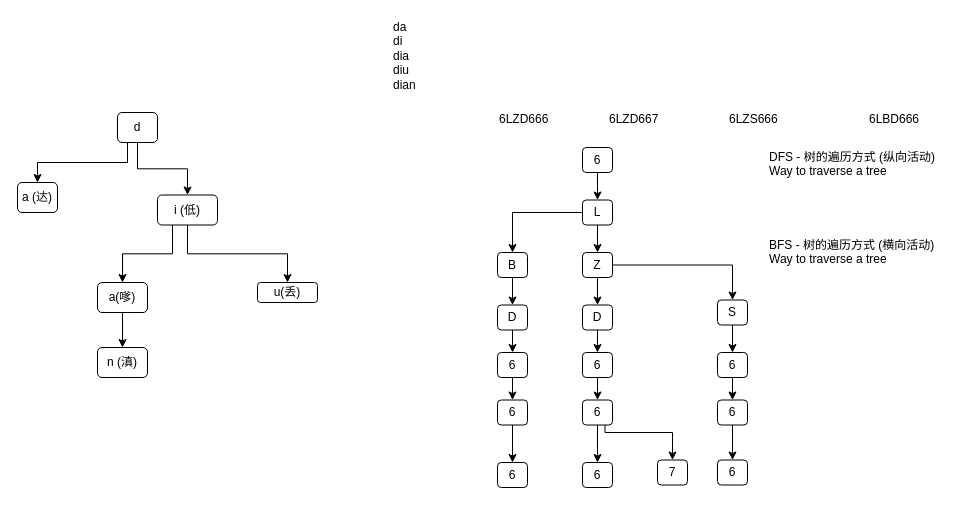
Earlier version of the draw.io diagram prefix_tree.drawio (zidianlyu/plate_license). Source tidied: cells renumbered, new cells numbered last; positions are measured from the earlier drawing's top-left corner, leaving out a move shared by most shapes. Both pictures are drawn from the tidied source at 100%, with x=0, y=0 at pixel (17, 17).
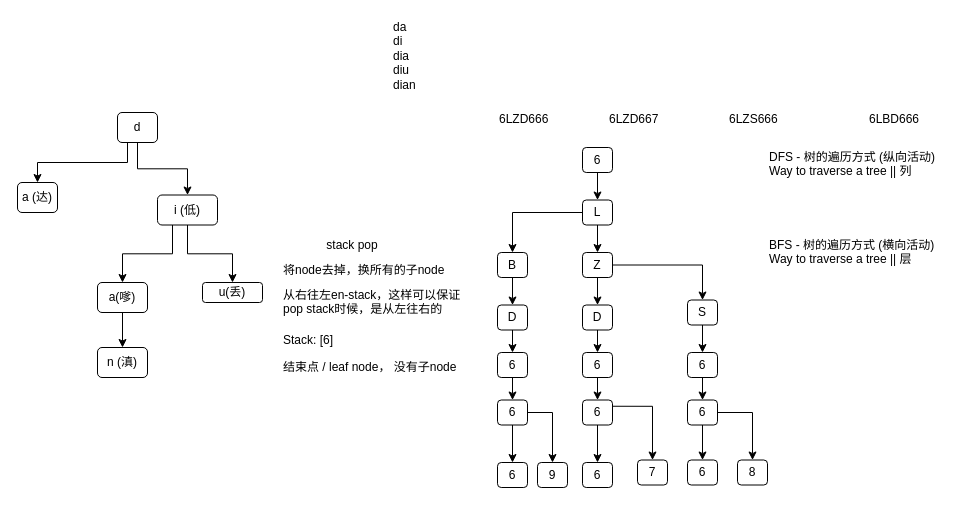
The same page after the edit.

Commit message (it also covers changes not shown here):
#11 search the license tree by DFS

Unchanged cells that the change refers to:
```xml
<mxCell id="28" value="6" style="rounded=1;whiteSpace=wrap;html=1;" parent="1" vertex="1">
  <mxGeometry x="565" y="382.5" width="30" height="25" as="geometry" />
</mxCell>
<mxCell id="49" value="6" style="rounded=1;whiteSpace=wrap;html=1;" parent="1" vertex="1">
  <mxGeometry x="480" y="382.5" width="30" height="25" as="geometry" />
</mxCell>
```

Change to the diagram source:
```diff
@@
     <mxCell id="11" value="u(丢)" style="rounded=1;whiteSpace=wrap;html=1;" parent="1" vertex="1">
-      <mxGeometry x="240" y="265" width="60" height="20" as="geometry" />
+      <mxGeometry x="185" y="265" width="60" height="20" as="geometry" />
     </mxCell>
@@
-    <mxCell id="27" style="edgeStyle=orthogonalEdgeStyle;rounded=0;jettySize=auto;html=1;exitX=0.75;exitY=1;exitDx=0;exitDy=0;entryX=0.5;entryY=0;entryDx=0;entryDy=0;" parent="1" edge="1" source="28" target="32">
-      <mxGeometry relative="1" as="geometry">
-        <Array as="points">
-          <mxPoint x="588" y="415" />
-          <mxPoint x="655" y="415" />
-        </Array>
-      </mxGeometry>
+    <mxCell id="27" style="edgeStyle=orthogonalEdgeStyle;rounded=0;jettySize=auto;html=1;exitX=1;exitY=0.25;exitDx=0;exitDy=0;entryX=0.5;entryY=0;entryDx=0;entryDy=0;" parent="1" edge="1" source="28" target="32">
+      <mxGeometry relative="1" as="geometry" />
     </mxCell>
@@
     <mxCell id="32" value="7" style="rounded=1;whiteSpace=wrap;html=1;" parent="1" vertex="1">
-      <mxGeometry x="640" y="442.5" width="30" height="25" as="geometry" />
+      <mxGeometry x="620" y="442.5" width="30" height="25" as="geometry" />
     </mxCell>
@@
     <mxCell id="35" value="S" style="rounded=1;whiteSpace=wrap;html=1;" parent="1" vertex="1">
-      <mxGeometry x="700" y="282.5" width="30" height="25" as="geometry" />
+      <mxGeometry x="670" y="282.5" width="30" height="25" as="geometry" />
     </mxCell>
@@
     <mxCell id="37" value="6" style="rounded=1;whiteSpace=wrap;html=1;" parent="1" vertex="1">
-      <mxGeometry x="700" y="335" width="30" height="25" as="geometry" />
+      <mxGeometry x="670" y="335" width="30" height="25" as="geometry" />
     </mxCell>
@@
+    <mxCell id="53" style="edgeStyle=orthogonalEdgeStyle;rounded=0;jettySize=auto;html=1;exitX=1;exitY=0.5;exitDx=0;exitDy=0;entryX=0.5;entryY=0;entryDx=0;entryDy=0;" parent="1" edge="1" source="39" target="55">
+      <mxGeometry relative="1" as="geometry" />
+    </mxCell>
     <mxCell id="39" value="6" style="rounded=1;whiteSpace=wrap;html=1;" parent="1" vertex="1">
-      <mxGeometry x="700" y="382.5" width="30" height="25" as="geometry" />
+      <mxGeometry x="670" y="382.5" width="30" height="25" as="geometry" />
     </mxCell>
     <mxCell id="40" value="6" style="rounded=1;whiteSpace=wrap;html=1;" parent="1" vertex="1">
-      <mxGeometry x="700" y="442.5" width="30" height="25" as="geometry" />
+      <mxGeometry x="670" y="442.5" width="30" height="25" as="geometry" />
     </mxCell>
@@
+    <mxCell id="54" style="edgeStyle=orthogonalEdgeStyle;rounded=0;jettySize=auto;html=1;exitX=1;exitY=0.5;exitDx=0;exitDy=0;entryX=0.5;entryY=0;entryDx=0;entryDy=0;" parent="1" edge="1" source="49" target="56">
+      <mxGeometry relative="1" as="geometry" />
+    </mxCell>
@@
-    <mxCell id="51" value="DFS - 树的遍历方式 (纵向活动)&lt;br&gt;Way to traverse a tree" style="text;html=1;align=left;verticalAlign=top;spacingTop=-4;" parent="1" vertex="1">
+    <mxCell id="51" value="DFS - 树的遍历方式 (纵向活动)&lt;br&gt;Way to traverse a tree || 列" style="text;html=1;align=left;verticalAlign=top;spacingTop=-4;" parent="1" vertex="1">
       <mxGeometry x="750" y="130" width="180" height="30" as="geometry" />
     </mxCell>
-    <mxCell id="52" value="BFS - 树的遍历方式 (横向活动)&lt;br&gt;Way to traverse a tree" style="text;html=1;align=left;verticalAlign=top;spacingTop=-4;" parent="1" vertex="1">
+    <mxCell id="52" value="BFS - 树的遍历方式 (横向活动)&lt;br&gt;Way to traverse a tree || 层" style="text;html=1;align=left;verticalAlign=top;spacingTop=-4;" parent="1" vertex="1">
       <mxGeometry x="750" y="217.5" width="180" height="30" as="geometry" />
     </mxCell>
+    <mxCell id="55" value="8" style="rounded=1;whiteSpace=wrap;html=1;" parent="1" vertex="1">
+      <mxGeometry x="720" y="442.5" width="30" height="25" as="geometry" />
+    </mxCell>
+    <mxCell id="56" value="9" style="rounded=1;whiteSpace=wrap;html=1;" parent="1" vertex="1">
+      <mxGeometry x="520" y="445" width="30" height="25" as="geometry" />
+    </mxCell>
+    <mxCell id="57" value="Stack: [6]" style="text;html=1;align=left;verticalAlign=top;spacingTop=-4;" parent="1" vertex="1">
+      <mxGeometry x="264" y="312.5" width="70" height="20" as="geometry" />
+    </mxCell>
+    <mxCell id="58" value="&amp;nbsp;stack pop" style="text;html=1;align=left;verticalAlign=top;spacingTop=-4;" parent="1" vertex="1">
+      <mxGeometry x="304" y="217.5" width="70" height="20" as="geometry" />
+    </mxCell>
+    <mxCell id="59" value="将node去掉，换所有的子node" style="text;html=1;align=left;verticalAlign=top;spacingTop=-4;" parent="1" vertex="1">
+      <mxGeometry x="264" y="242.5" width="180" height="20" as="geometry" />
+    </mxCell>
+    <mxCell id="60" value="从右往左en-stack，这样可以保证&lt;br&gt;pop stack时候，是从左往右的" style="text;html=1;align=left;verticalAlign=top;spacingTop=-4;" parent="1" vertex="1">
+      <mxGeometry x="264" y="267.5" width="190" height="30" as="geometry" />
+    </mxCell>
+    <mxCell id="61" value="结束点 / leaf node， 没有子node" style="text;html=1;align=left;verticalAlign=top;spacingTop=-4;" parent="1" vertex="1">
+      <mxGeometry x="264" y="340" width="190" height="20" as="geometry" />
+    </mxCell>
```
